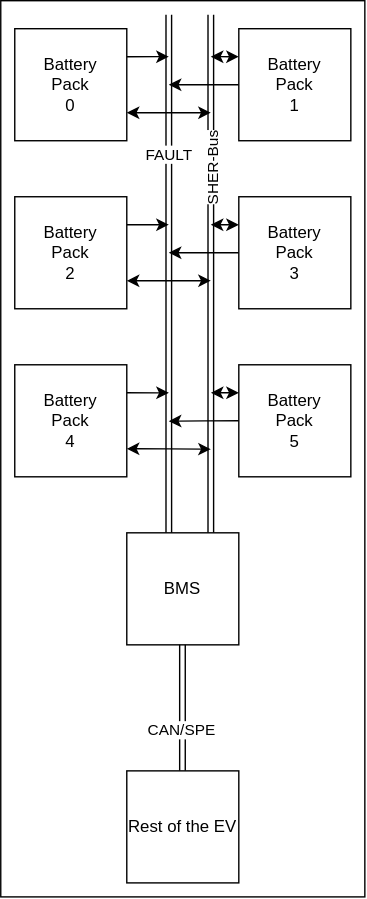
This is Figures/Battery.svg from cdg66/BUS_figures, a draw.io export, as it was before one commit. Source tidied: cells renumbered, new cells last; positions are measured from the earlier drawing's top-left corner, leaving out a move shared by most shapes.
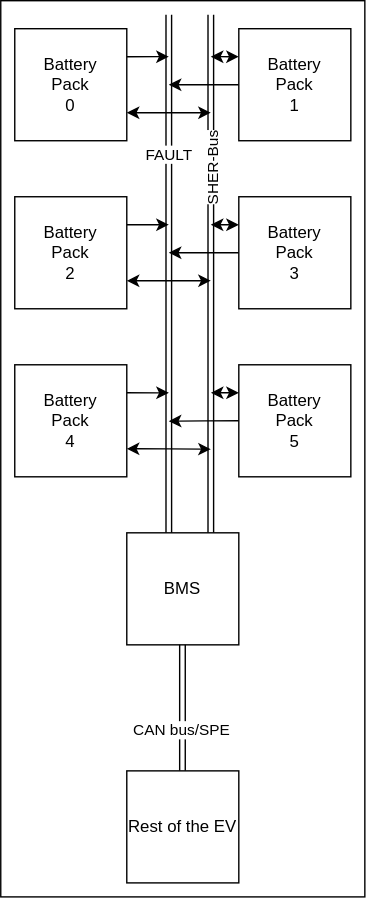
The same file after the commit.

Change to the diagram source:
```diff
@@ -109,7 +109,7 @@
         <mxPoint x="129.8" y="460" as="targetPoint" />
       </mxGeometry>
     </mxCell>
-    <mxCell id="26" value="CAN/SPE" style="edgeLabel;html=1;align=center;verticalAlign=middle;" parent="25" vertex="1">
+    <mxCell id="26" value="CAN bus/SPE" style="edgeLabel;html=1;align=center;verticalAlign=middle;" parent="25" vertex="1">
       <mxGeometry x="-0.34" y="1" relative="1" as="geometry" />
     </mxCell>
     <mxCell id="27" value="Rest of the EV" style="whiteSpace=wrap;html=1;" parent="1" vertex="1">
```
